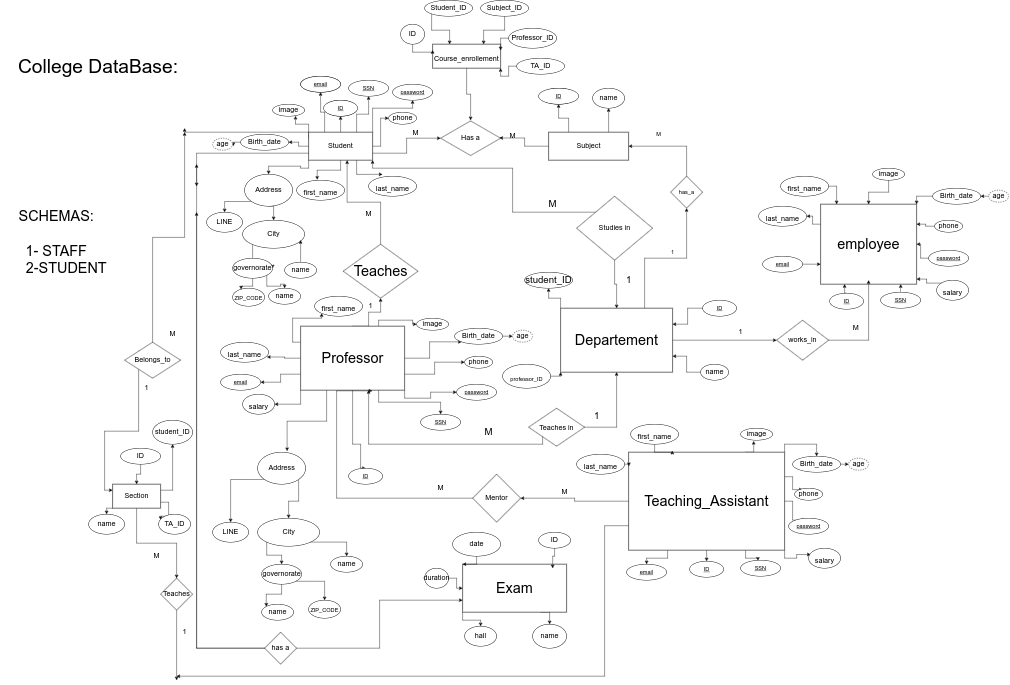
Before: COLLEGE_DEMO.drawio.png, a diagram exported from draw.io (MahmoudHefny2001/DataBase_Work). Source tidied: cells renumbered, new cells last; positions are measured from the earlier drawing's top-left corner, leaving out a move shared by most shapes.
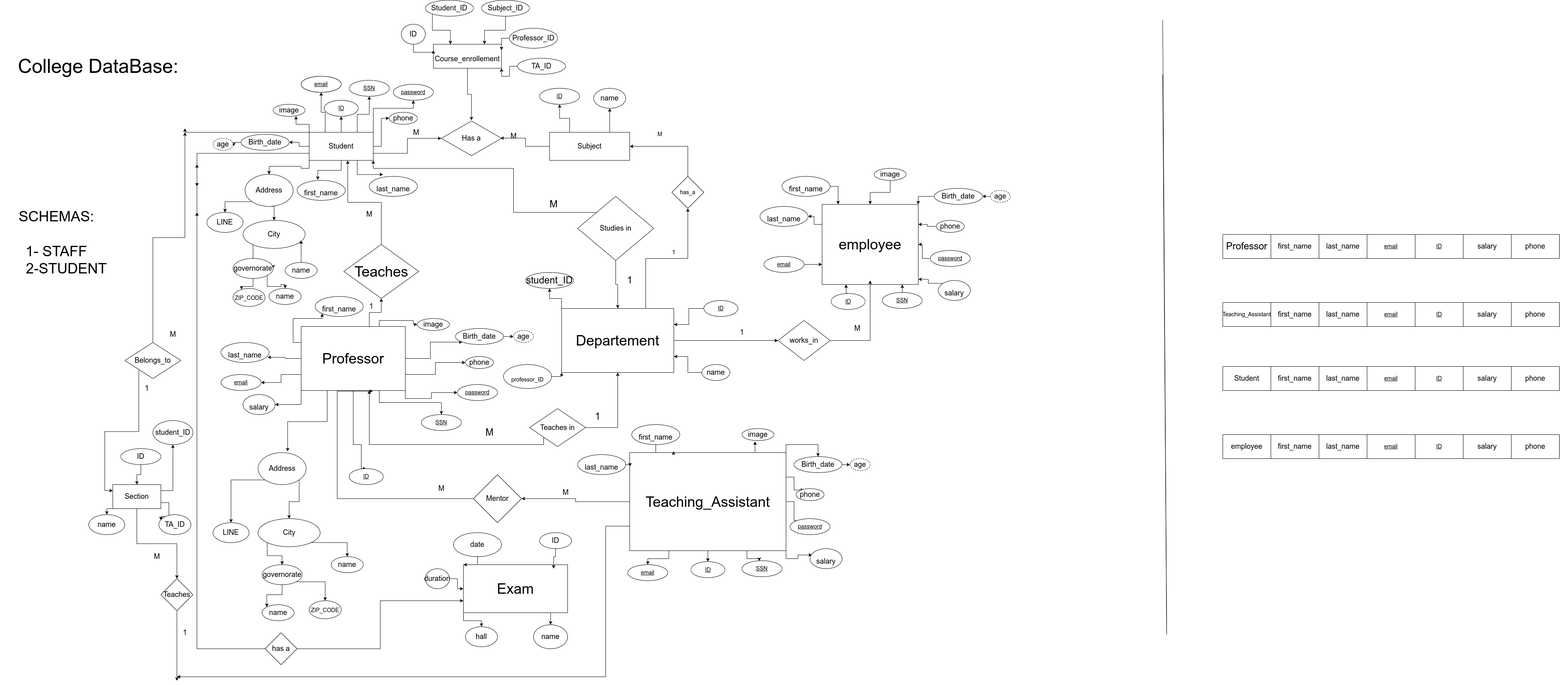
After the commit.

Diff of the diagram source:
```diff
@@ -763,5 +763,155 @@
     <mxCell id="224" value="&lt;font style=&quot;font-size: 36px;&quot;&gt;SCHEMAS:&lt;br&gt;&amp;nbsp;&lt;br&gt;1- STAFF&lt;br&gt;&amp;nbsp; &amp;nbsp; &amp;nbsp;2-STUDENT&lt;/font&gt;" style="text;html=1;align=center;verticalAlign=middle;strokeColor=none;fillColor=none;fontSize=18;" parent="1" vertex="1">
       <mxGeometry y="510" width="280" height="190" as="geometry" />
     </mxCell>
+    <mxCell id="225" value="&lt;span style=&quot;font-size: 18px;&quot;&gt;first_name&lt;/span&gt;" style="rounded=0;whiteSpace=wrap;html=1;" parent="1" vertex="1">
+      <mxGeometry x="3171" y="585" width="120" height="60" as="geometry" />
+    </mxCell>
+    <mxCell id="226" style="endArrow=none;html=1;rounded=0;" parent="1" edge="1">
+      <mxGeometry relative="1" as="geometry">
+        <mxPoint x="2911" y="1584.4" as="sourcePoint" />
+        <mxPoint x="2901" y="185.6" as="targetPoint" />
+      </mxGeometry>
+    </mxCell>
+    <mxCell id="227" style="endArrow=none;html=1;rounded=0;" parent="1" edge="1">
+      <mxGeometry relative="1" as="geometry">
+        <mxPoint x="2911" y="1580" as="sourcePoint" />
+        <mxPoint x="2901" y="50" as="targetPoint" />
+      </mxGeometry>
+    </mxCell>
+    <mxCell id="228" value="&lt;span style=&quot;font-size: 18px;&quot;&gt;last_name&lt;/span&gt;" style="rounded=0;whiteSpace=wrap;html=1;" parent="1" vertex="1">
+      <mxGeometry x="3291" y="585" width="120" height="60" as="geometry" />
+    </mxCell>
+    <mxCell id="229" value="&lt;span style=&quot;font-size: 14px; text-decoration-line: underline;&quot;&gt;email&lt;/span&gt;" style="rounded=0;whiteSpace=wrap;html=1;" parent="1" vertex="1">
+      <mxGeometry x="3411" y="585" width="120" height="60" as="geometry" />
+    </mxCell>
+    <mxCell id="230" value="&lt;span style=&quot;font-size: 14px; text-decoration-line: underline;&quot;&gt;ID&lt;/span&gt;" style="rounded=0;whiteSpace=wrap;html=1;" parent="1" vertex="1">
+      <mxGeometry x="3531" y="585" width="120" height="60" as="geometry" />
+    </mxCell>
+    <mxCell id="231" value="&lt;span style=&quot;font-size: 18px;&quot;&gt;salary&lt;/span&gt;" style="rounded=0;whiteSpace=wrap;html=1;" parent="1" vertex="1">
+      <mxGeometry x="3651" y="585" width="120" height="60" as="geometry" />
+    </mxCell>
+    <mxCell id="232" value="&lt;span style=&quot;color: rgb(0, 0, 0); font-family: Helvetica; font-style: normal; font-variant-ligatures: normal; font-variant-caps: normal; font-weight: 400; letter-spacing: normal; orphans: 2; text-align: center; text-indent: 0px; text-transform: none; widows: 2; word-spacing: 0px; -webkit-text-stroke-width: 0px; background-color: rgb(251, 251, 251); text-decoration-thickness: initial; text-decoration-style: initial; text-decoration-color: initial; float: none; display: inline !important;&quot;&gt;&lt;font style=&quot;font-size: 24px;&quot;&gt;Professor&lt;/font&gt;&lt;/span&gt;" style="rounded=0;whiteSpace=wrap;html=1;" parent="1" vertex="1">
+      <mxGeometry x="3051" y="585" width="120" height="60" as="geometry" />
+    </mxCell>
+    <mxCell id="233" value="&lt;span style=&quot;font-size: 18px;&quot;&gt;phone&lt;/span&gt;" style="rounded=0;whiteSpace=wrap;html=1;" parent="1" vertex="1">
+      <mxGeometry x="3771" y="585" width="120" height="60" as="geometry" />
+    </mxCell>
+    <mxCell id="234" style="rounded=0;whiteSpace=wrap;html=1;" parent="1" vertex="1">
+      <mxGeometry x="3171" y="755" width="120" height="60" as="geometry" />
+    </mxCell>
+    <mxCell id="235" style="rounded=0;whiteSpace=wrap;html=1;" parent="1" vertex="1">
+      <mxGeometry x="3291" y="755" width="120" height="60" as="geometry" />
+    </mxCell>
+    <mxCell id="236" style="rounded=0;whiteSpace=wrap;html=1;" parent="1" vertex="1">
+      <mxGeometry x="3411" y="755" width="120" height="60" as="geometry" />
+    </mxCell>
+    <mxCell id="237" style="rounded=0;whiteSpace=wrap;html=1;" parent="1" vertex="1">
+      <mxGeometry x="3531" y="755" width="120" height="60" as="geometry" />
+    </mxCell>
+    <mxCell id="238" style="rounded=0;whiteSpace=wrap;html=1;" parent="1" vertex="1">
+      <mxGeometry x="3651" y="755" width="120" height="60" as="geometry" />
+    </mxCell>
+    <mxCell id="239" value="&lt;font style=&quot;font-size: 14px;&quot;&gt;Teaching_Assistant&lt;/font&gt;" style="rounded=0;whiteSpace=wrap;html=1;" parent="1" vertex="1">
+      <mxGeometry x="3051" y="755" width="120" height="60" as="geometry" />
+    </mxCell>
+    <mxCell id="240" style="rounded=0;whiteSpace=wrap;html=1;" parent="1" vertex="1">
+      <mxGeometry x="3771" y="755" width="120" height="60" as="geometry" />
+    </mxCell>
+    <mxCell id="241" style="rounded=0;whiteSpace=wrap;html=1;" parent="1" vertex="1">
+      <mxGeometry x="3171" y="915" width="120" height="60" as="geometry" />
+    </mxCell>
+    <mxCell id="242" style="rounded=0;whiteSpace=wrap;html=1;" parent="1" vertex="1">
+      <mxGeometry x="3291" y="915" width="120" height="60" as="geometry" />
+    </mxCell>
+    <mxCell id="243" style="rounded=0;whiteSpace=wrap;html=1;" parent="1" vertex="1">
+      <mxGeometry x="3411" y="915" width="120" height="60" as="geometry" />
+    </mxCell>
+    <mxCell id="244" style="rounded=0;whiteSpace=wrap;html=1;" parent="1" vertex="1">
+      <mxGeometry x="3531" y="915" width="120" height="60" as="geometry" />
+    </mxCell>
+    <mxCell id="245" style="rounded=0;whiteSpace=wrap;html=1;" parent="1" vertex="1">
+      <mxGeometry x="3651" y="915" width="120" height="60" as="geometry" />
+    </mxCell>
+    <mxCell id="246" value="&lt;span style=&quot;font-size: 18px;&quot;&gt;Student&lt;/span&gt;" style="rounded=0;whiteSpace=wrap;html=1;" parent="1" vertex="1">
+      <mxGeometry x="3051" y="915" width="120" height="60" as="geometry" />
+    </mxCell>
+    <mxCell id="247" style="rounded=0;whiteSpace=wrap;html=1;" parent="1" vertex="1">
+      <mxGeometry x="3771" y="915" width="120" height="60" as="geometry" />
+    </mxCell>
+    <mxCell id="248" style="rounded=0;whiteSpace=wrap;html=1;" parent="1" vertex="1">
+      <mxGeometry x="3171" y="1085" width="120" height="60" as="geometry" />
+    </mxCell>
+    <mxCell id="249" style="rounded=0;whiteSpace=wrap;html=1;" parent="1" vertex="1">
+      <mxGeometry x="3291" y="1085" width="120" height="60" as="geometry" />
+    </mxCell>
+    <mxCell id="250" style="rounded=0;whiteSpace=wrap;html=1;" parent="1" vertex="1">
+      <mxGeometry x="3411" y="1085" width="120" height="60" as="geometry" />
+    </mxCell>
+    <mxCell id="251" style="rounded=0;whiteSpace=wrap;html=1;" parent="1" vertex="1">
+      <mxGeometry x="3531" y="1085" width="120" height="60" as="geometry" />
+    </mxCell>
+    <mxCell id="252" style="rounded=0;whiteSpace=wrap;html=1;" parent="1" vertex="1">
+      <mxGeometry x="3651" y="1085" width="120" height="60" as="geometry" />
+    </mxCell>
+    <mxCell id="253" value="&lt;font style=&quot;font-size: 18px;&quot;&gt;employee&lt;/font&gt;" style="rounded=0;whiteSpace=wrap;html=1;" parent="1" vertex="1">
+      <mxGeometry x="3051" y="1085" width="120" height="60" as="geometry" />
+    </mxCell>
+    <mxCell id="254" style="rounded=0;whiteSpace=wrap;html=1;" parent="1" vertex="1">
+      <mxGeometry x="3771" y="1085" width="120" height="60" as="geometry" />
+    </mxCell>
+    <mxCell id="255" value="&lt;span style=&quot;font-size: 18px;&quot;&gt;first_name&lt;/span&gt;" style="rounded=0;whiteSpace=wrap;html=1;" parent="1" vertex="1">
+      <mxGeometry x="3171" y="755" width="120" height="60" as="geometry" />
+    </mxCell>
+    <mxCell id="256" value="&lt;span style=&quot;font-size: 18px;&quot;&gt;last_name&lt;/span&gt;" style="rounded=0;whiteSpace=wrap;html=1;" parent="1" vertex="1">
+      <mxGeometry x="3291" y="755" width="120" height="60" as="geometry" />
+    </mxCell>
+    <mxCell id="257" value="&lt;span style=&quot;font-size: 14px; text-decoration-line: underline;&quot;&gt;email&lt;/span&gt;" style="rounded=0;whiteSpace=wrap;html=1;" parent="1" vertex="1">
+      <mxGeometry x="3411" y="755" width="120" height="60" as="geometry" />
+    </mxCell>
+    <mxCell id="258" value="&lt;span style=&quot;font-size: 14px; text-decoration-line: underline;&quot;&gt;ID&lt;/span&gt;" style="rounded=0;whiteSpace=wrap;html=1;" parent="1" vertex="1">
+      <mxGeometry x="3531" y="755" width="120" height="60" as="geometry" />
+    </mxCell>
+    <mxCell id="259" value="&lt;span style=&quot;font-size: 18px;&quot;&gt;salary&lt;/span&gt;" style="rounded=0;whiteSpace=wrap;html=1;" parent="1" vertex="1">
+      <mxGeometry x="3651" y="755" width="120" height="60" as="geometry" />
+    </mxCell>
+    <mxCell id="260" value="&lt;span style=&quot;font-size: 18px;&quot;&gt;phone&lt;/span&gt;" style="rounded=0;whiteSpace=wrap;html=1;" parent="1" vertex="1">
+      <mxGeometry x="3771" y="755" width="120" height="60" as="geometry" />
+    </mxCell>
+    <mxCell id="261" value="&lt;span style=&quot;font-size: 18px;&quot;&gt;first_name&lt;/span&gt;" style="rounded=0;whiteSpace=wrap;html=1;" parent="1" vertex="1">
+      <mxGeometry x="3171" y="915" width="120" height="60" as="geometry" />
+    </mxCell>
+    <mxCell id="262" value="&lt;span style=&quot;font-size: 18px;&quot;&gt;last_name&lt;/span&gt;" style="rounded=0;whiteSpace=wrap;html=1;" parent="1" vertex="1">
+      <mxGeometry x="3291" y="915" width="120" height="60" as="geometry" />
+    </mxCell>
+    <mxCell id="263" value="&lt;span style=&quot;font-size: 14px; text-decoration-line: underline;&quot;&gt;email&lt;/span&gt;" style="rounded=0;whiteSpace=wrap;html=1;" parent="1" vertex="1">
+      <mxGeometry x="3411" y="915" width="120" height="60" as="geometry" />
+    </mxCell>
+    <mxCell id="264" value="&lt;span style=&quot;font-size: 14px; text-decoration-line: underline;&quot;&gt;ID&lt;/span&gt;" style="rounded=0;whiteSpace=wrap;html=1;" parent="1" vertex="1">
+      <mxGeometry x="3531" y="915" width="120" height="60" as="geometry" />
+    </mxCell>
+    <mxCell id="265" value="&lt;span style=&quot;font-size: 18px;&quot;&gt;salary&lt;/span&gt;" style="rounded=0;whiteSpace=wrap;html=1;" parent="1" vertex="1">
+      <mxGeometry x="3651" y="915" width="120" height="60" as="geometry" />
+    </mxCell>
+    <mxCell id="266" value="&lt;span style=&quot;font-size: 18px;&quot;&gt;phone&lt;/span&gt;" style="rounded=0;whiteSpace=wrap;html=1;" parent="1" vertex="1">
+      <mxGeometry x="3771" y="915" width="120" height="60" as="geometry" />
+    </mxCell>
+    <mxCell id="267" value="&lt;span style=&quot;font-size: 18px;&quot;&gt;first_name&lt;/span&gt;" style="rounded=0;whiteSpace=wrap;html=1;" parent="1" vertex="1">
+      <mxGeometry x="3171" y="1085" width="120" height="60" as="geometry" />
+    </mxCell>
+    <mxCell id="268" value="&lt;span style=&quot;font-size: 18px;&quot;&gt;last_name&lt;/span&gt;" style="rounded=0;whiteSpace=wrap;html=1;" parent="1" vertex="1">
+      <mxGeometry x="3291" y="1085" width="120" height="60" as="geometry" />
+    </mxCell>
+    <mxCell id="269" value="&lt;span style=&quot;font-size: 14px; text-decoration-line: underline;&quot;&gt;email&lt;/span&gt;" style="rounded=0;whiteSpace=wrap;html=1;" parent="1" vertex="1">
+      <mxGeometry x="3411" y="1085" width="120" height="60" as="geometry" />
+    </mxCell>
+    <mxCell id="270" value="&lt;span style=&quot;font-size: 14px; text-decoration-line: underline;&quot;&gt;ID&lt;/span&gt;" style="rounded=0;whiteSpace=wrap;html=1;" parent="1" vertex="1">
+      <mxGeometry x="3531" y="1085" width="120" height="60" as="geometry" />
+    </mxCell>
+    <mxCell id="271" value="&lt;span style=&quot;font-size: 18px;&quot;&gt;salary&lt;/span&gt;" style="rounded=0;whiteSpace=wrap;html=1;" parent="1" vertex="1">
+      <mxGeometry x="3651" y="1085" width="120" height="60" as="geometry" />
+    </mxCell>
+    <mxCell id="272" value="&lt;span style=&quot;font-size: 18px;&quot;&gt;phone&lt;/span&gt;" style="rounded=0;whiteSpace=wrap;html=1;" parent="1" vertex="1">
+      <mxGeometry x="3771" y="1085" width="120" height="60" as="geometry" />
+    </mxCell>
   </root>
 </mxGraphModel>
```
